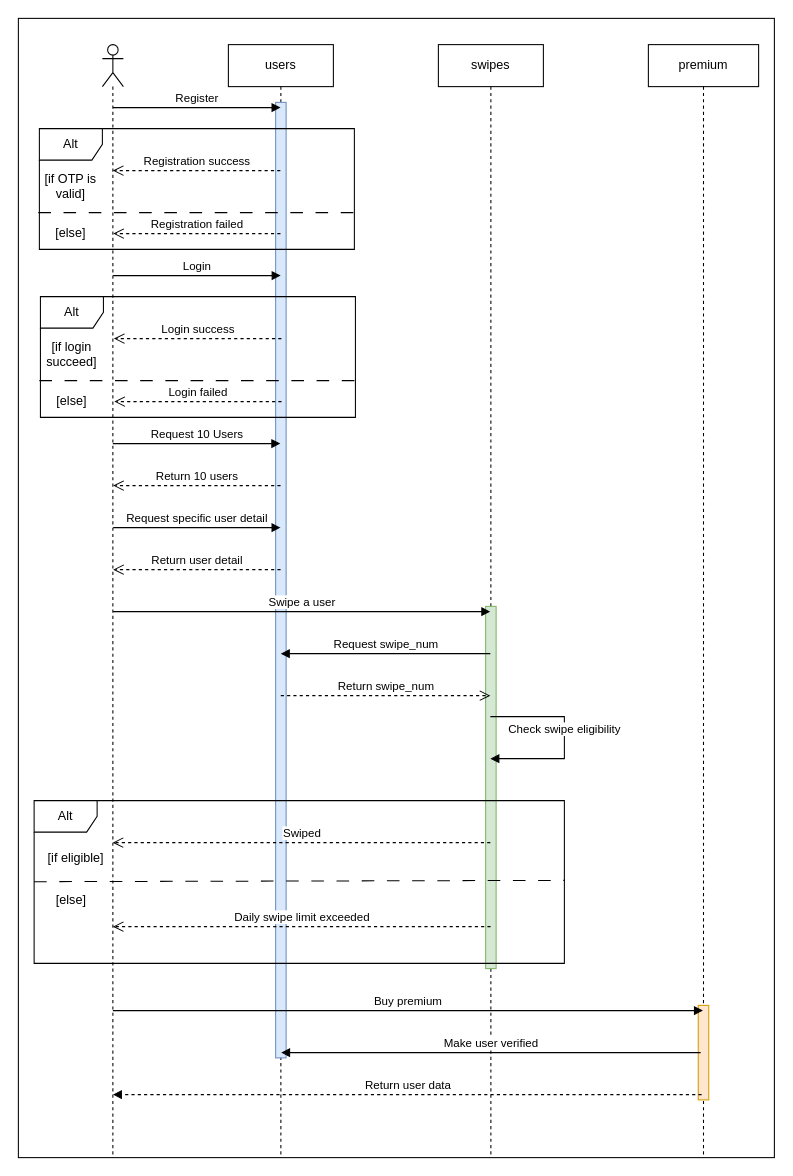
Above: docs/sequence-diagram/yangnder.drawio in natanhp/yangnder (draw.io), before the change. Source tidied: cells renumbered, new cells numbered last; positions are measured from the earlier drawing's top-left corner, leaving out a move shared by most shapes. Both pictures are drawn from the tidied source at 105%, with x=0, y=0 at pixel (18, 18).
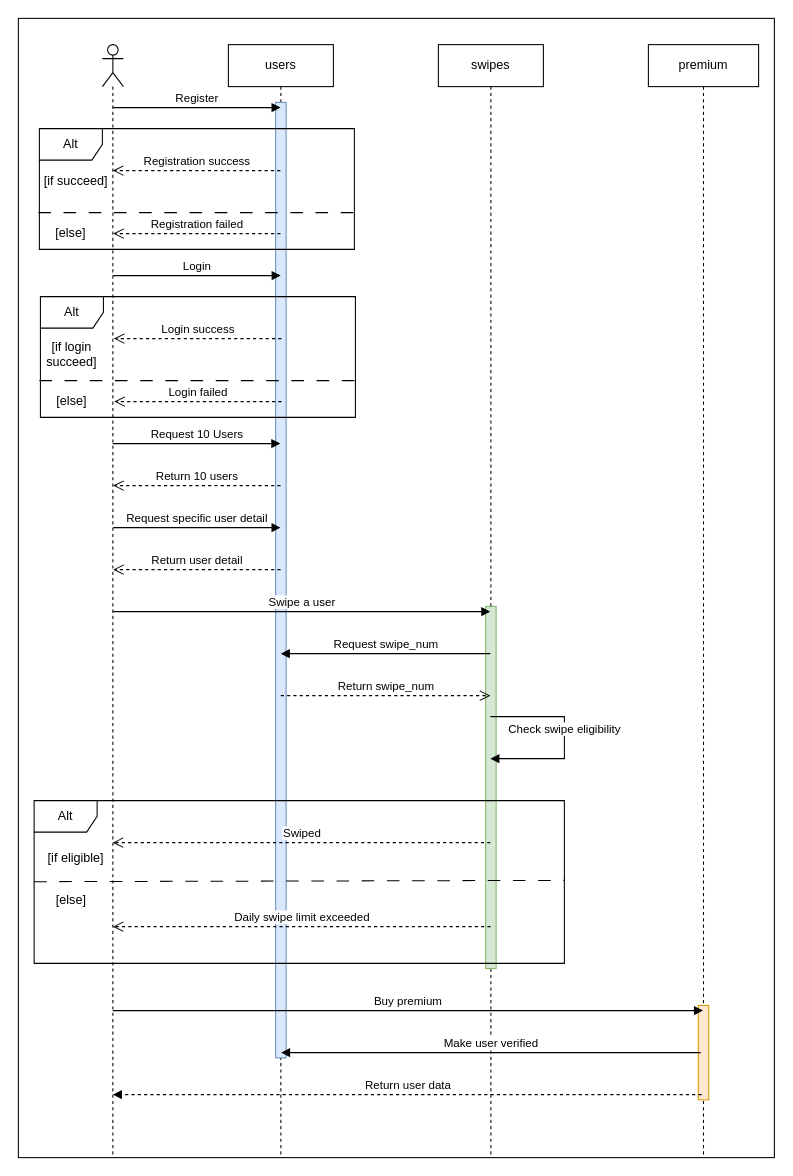
After the change.

Change to the diagram source:
```diff
@@
-    <mxCell id="8" value="[if OTP is valid]" style="text;html=1;align=center;verticalAlign=middle;whiteSpace=wrap;rounded=0;" parent="1" vertex="1">
-      <mxGeometry x="20" y="145" width="60" height="30" as="geometry" />
+    <mxCell id="8" value="[if&amp;nbsp;succeed]" style="text;html=1;align=center;verticalAlign=middle;whiteSpace=wrap;rounded=0;" parent="1" vertex="1">
+      <mxGeometry x="25" y="140" width="60" height="30" as="geometry" />
     </mxCell>
```
